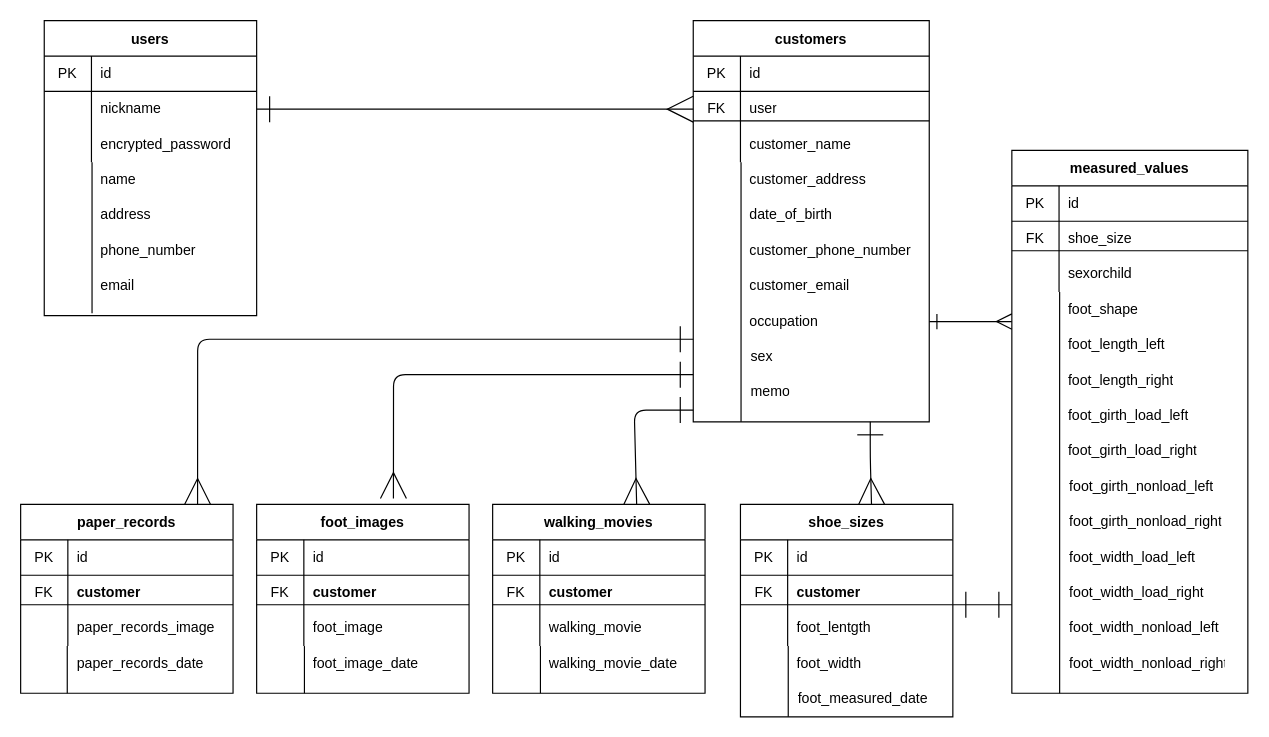
Before: ER図.dio in coffta/shoefit-pro, a draw.io diagram. Source tidied: cells renumbered, new cells numbered last; positions are measured from the earlier drawing's top-left corner, leaving out a move shared by most shapes. Both pictures are drawn from the tidied source at 118%, with x=0, y=0 at pixel (20, 20).
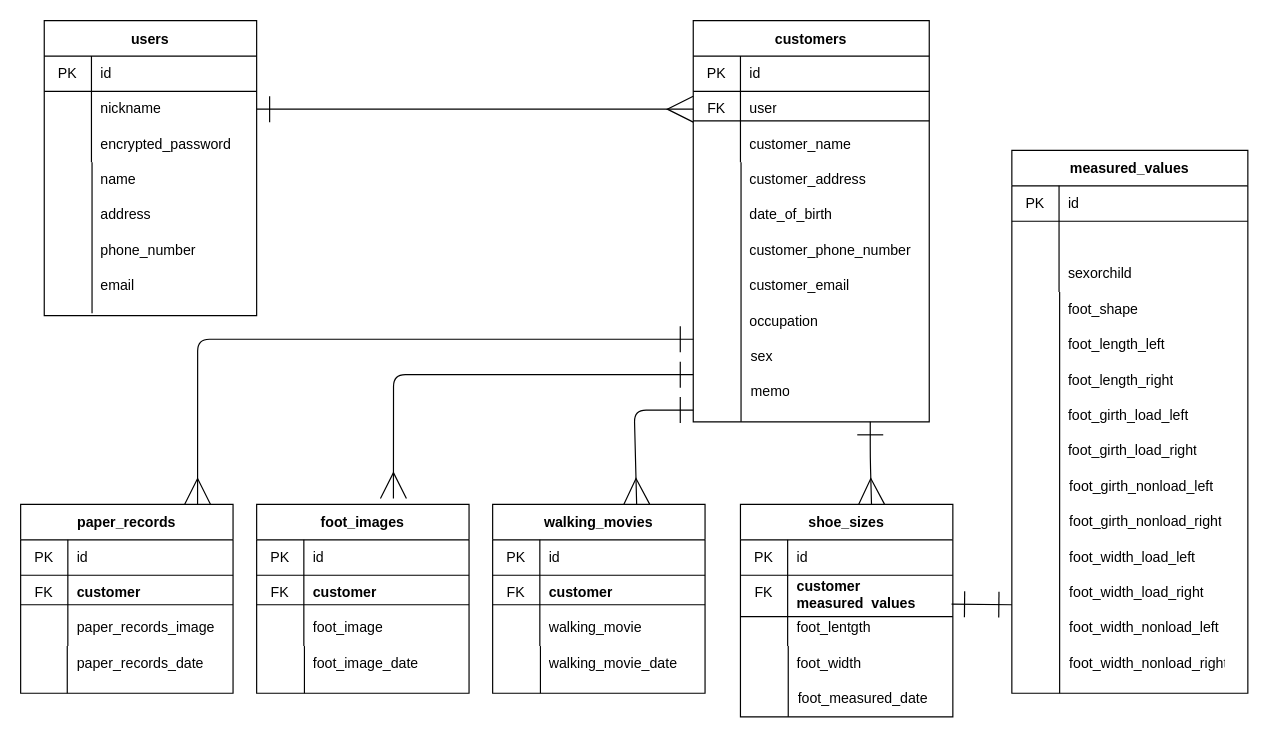
The same page after the edit.

Commit message (it also covers changes not shown here):
ER図、README修正

Unchanged cells that the change refers to:
```xml
<mxCell id="21" value="customers" style="shape=table;startSize=30;childLayout=tableLayout;rowLines=0;fontStyle=1;" parent="1" vertex="1">
  <mxGeometry x="570" width="200" height="340" as="geometry" />
</mxCell>
<mxCell id="81" style="shape=tableRow;horizontal=0;startSize=0;swimlaneHead=0;swimlaneBody=0;top=0;left=0;bottom=0;right=0;fillColor=none;points=[[0,0.5],[1,0.5]];portConstraint=eastwest;strokeWidth=1;" parent="77" vertex="1">
  <mxGeometry y="60" width="180" height="30" as="geometry" />
</mxCell>
<mxCell id="105" style="shape=tableRow;horizontal=0;startSize=0;swimlaneHead=0;swimlaneBody=0;top=0;left=0;bottom=0;right=0;fillColor=none;" parent="101" vertex="1">
  <mxGeometry y="60" width="200" height="30" as="geometry" />
</mxCell>
```

Diff of the diagram source:
```diff
@@
-    <mxCell id="20" style="edgeStyle=none;html=1;exitX=1;exitY=0.75;exitDx=0;exitDy=0;startArrow=ERone;startFill=0;endArrow=ERmany;endFill=0;strokeWidth=1;endSize=11;startSize=11;" parent="1" edge="1" source="21">
-      <mxGeometry relative="1" as="geometry">
-        <mxPoint x="840" y="255" as="targetPoint" />
-      </mxGeometry>
-    </mxCell>
@@
-    <mxCell id="76" style="edgeStyle=none;html=1;startArrow=ERone;startFill=0;endArrow=ERone;endFill=0;startSize=20;endSize=20;exitX=1;exitY=0.5;exitDx=0;exitDy=0;exitPerimeter=0;" parent="1" edge="1" source="92">
+    <mxCell id="76" style="edgeStyle=none;html=1;startArrow=ERone;startFill=0;endArrow=ERone;endFill=0;startSize=20;endSize=20;exitX=0.994;exitY=0.817;exitDx=0;exitDy=0;exitPerimeter=0;" parent="1" edge="1" source="81">
       <mxGeometry relative="1" as="geometry">
         <mxPoint x="840" y="495" as="targetPoint" />
       </mxGeometry>
     </mxCell>
@@
-    <mxCell id="83" value="&lt;span style=&quot;font-weight: 700; text-align: center;&quot;&gt;customer&lt;/span&gt;" style="shape=partialRectangle;html=1;whiteSpace=wrap;fillColor=none;top=0;left=0;bottom=0;right=0;align=left;spacingLeft=6;overflow=hidden;strokeWidth=1;" parent="81" vertex="1">
+    <mxCell id="83" value="&lt;span style=&quot;font-weight: 700; text-align: center;&quot;&gt;customer&lt;br&gt;measured_values&lt;br&gt;&lt;/span&gt;" style="shape=partialRectangle;html=1;whiteSpace=wrap;fillColor=none;top=0;left=0;bottom=0;right=0;align=left;spacingLeft=6;overflow=hidden;strokeWidth=1;" parent="81" vertex="1">
       <mxGeometry x="40" width="140" height="30" as="geometry" />
     </mxCell>
@@
     <mxCell id="92" style="line;strokeWidth=1;html=1;" parent="1" vertex="1">
-      <mxGeometry x="610" y="490" width="180" height="10" as="geometry" />
+      <mxGeometry x="610" y="500" width="180" height="10" as="geometry" />
     </mxCell>
@@
-    <mxCell id="106" value="FK" style="shape=partialRectangle;html=1;whiteSpace=wrap;fillColor=none;top=0;left=0;bottom=0;right=0;overflow=hidden;" parent="105" vertex="1">
+    <mxCell id="106" style="shape=partialRectangle;html=1;whiteSpace=wrap;fillColor=none;top=0;left=0;bottom=0;right=0;overflow=hidden;" parent="105" vertex="1">
       <mxGeometry width="40" height="30" as="geometry" />
     </mxCell>
-    <mxCell id="107" value="shoe_size" style="shape=partialRectangle;html=1;whiteSpace=wrap;fillColor=none;top=0;left=0;bottom=0;right=0;align=left;spacingLeft=6;overflow=hidden;" parent="105" vertex="1">
+    <mxCell id="107" style="shape=partialRectangle;html=1;whiteSpace=wrap;fillColor=none;top=0;left=0;bottom=0;right=0;align=left;spacingLeft=6;overflow=hidden;" parent="105" vertex="1">
       <mxGeometry x="40" width="160" height="30" as="geometry" />
     </mxCell>
@@
-    <mxCell id="117" style="line;strokeWidth=1;html=1;" parent="1" vertex="1">
-      <mxGeometry x="840" y="190" width="200" height="10" as="geometry" />
-    </mxCell>
```
